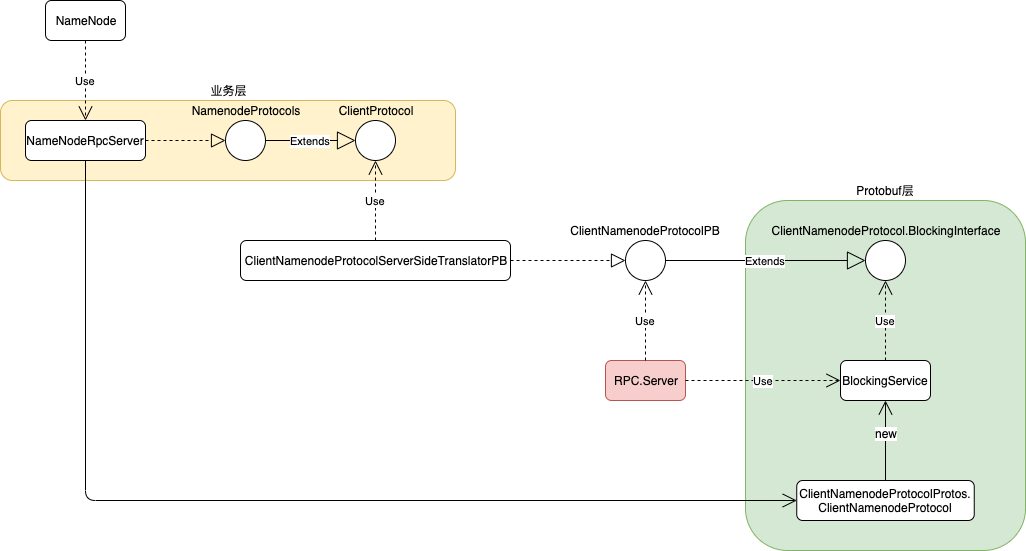
Above: src/bigdata/hadoop/hdfs/HDFS源码分析.assets/hdfs_namenode_rpcserver_class.png in sciatta/develop-stack (draw.io), before the change. Source tidied: cells renumbered, new cells last; positions are measured from the earlier drawing's top-left corner, leaving out a move shared by most shapes. The source it was exported from:
```xml
<mxGraphModel>
  <root>
    <mxCell id="0" />
    <mxCell id="1" parent="0" />
    <mxCell id="2" value="Protobuf层" style="rounded=1;whiteSpace=wrap;html=1;fillColor=#d5e8d4;strokeColor=#82b366;labelPosition=center;verticalLabelPosition=top;align=center;verticalAlign=bottom;" parent="1" vertex="1">
      <mxGeometry x="745" y="200" width="280" height="350" as="geometry" />
    </mxCell>
    <mxCell id="3" value="业务层" style="rounded=1;whiteSpace=wrap;html=1;fillColor=#fff2cc;strokeColor=#d6b656;labelPosition=center;verticalLabelPosition=top;align=center;verticalAlign=bottom;" parent="1" vertex="1">
      <mxGeometry y="100" width="455" height="80" as="geometry" />
    </mxCell>
    <mxCell id="4" value="NameNode" style="rounded=1;whiteSpace=wrap;html=1;" parent="1" vertex="1">
      <mxGeometry x="45" width="80" height="40" as="geometry" />
    </mxCell>
    <mxCell id="5" value="&lt;div&gt;&lt;span&gt;NameNodeRpcServer&lt;/span&gt;&lt;br&gt;&lt;/div&gt;" style="rounded=1;whiteSpace=wrap;html=1;" parent="1" vertex="1">
      <mxGeometry x="25" y="120" width="120" height="40" as="geometry" />
    </mxCell>
    <mxCell id="6" value="Use" style="endArrow=open;endSize=12;dashed=1;html=1;exitX=0.5;exitY=1;exitDx=0;exitDy=0;entryX=0.5;entryY=0;entryDx=0;entryDy=0;" parent="1" edge="1" source="4" target="5">
      <mxGeometry relative="1" as="geometry" />
    </mxCell>
    <mxCell id="7" style="endArrow=block;dashed=1;endFill=0;endSize=12;html=1;entryX=0;entryY=0.5;entryDx=0;entryDy=0;exitX=1;exitY=0.5;exitDx=0;exitDy=0;" parent="1" edge="1" source="5" target="9">
      <mxGeometry relative="1" as="geometry" />
    </mxCell>
    <mxCell id="8" value="ClientProtocol" style="ellipse;whiteSpace=wrap;html=1;labelPosition=center;verticalLabelPosition=top;align=center;verticalAlign=bottom;" parent="1" vertex="1">
      <mxGeometry x="355" y="120" width="40" height="40" as="geometry" />
    </mxCell>
    <mxCell id="9" value="&lt;span style=&quot;white-space: normal&quot;&gt;NamenodeProtocols&lt;/span&gt;" style="ellipse;whiteSpace=wrap;html=1;labelPosition=center;verticalLabelPosition=top;align=center;verticalAlign=bottom;" parent="1" vertex="1">
      <mxGeometry x="225" y="120" width="40" height="40" as="geometry" />
    </mxCell>
    <mxCell id="10" value="ClientNamenodeProtocolServerSideTranslatorPB" style="rounded=1;whiteSpace=wrap;html=1;" parent="1" vertex="1">
      <mxGeometry x="240" y="240" width="270" height="40" as="geometry" />
    </mxCell>
    <mxCell id="11" value="Use" style="endArrow=open;endSize=12;dashed=1;html=1;" parent="1" edge="1" source="10" target="8">
      <mxGeometry relative="1" as="geometry" />
    </mxCell>
    <mxCell id="12" value="ClientNamenodeProtocolPB" style="ellipse;whiteSpace=wrap;html=1;labelPosition=center;verticalLabelPosition=top;align=center;verticalAlign=bottom;" parent="1" vertex="1">
      <mxGeometry x="625" y="240" width="40" height="40" as="geometry" />
    </mxCell>
    <mxCell id="13" style="endArrow=block;dashed=1;endFill=0;endSize=12;html=1;exitX=1;exitY=0.5;exitDx=0;exitDy=0;" parent="1" edge="1" source="10" target="12">
      <mxGeometry relative="1" as="geometry" />
    </mxCell>
    <mxCell id="14" value="ClientNamenodeProtocol.BlockingInterface" style="ellipse;whiteSpace=wrap;html=1;labelPosition=center;verticalLabelPosition=top;align=center;verticalAlign=bottom;" parent="1" vertex="1">
      <mxGeometry x="865" y="240" width="40" height="40" as="geometry" />
    </mxCell>
    <mxCell id="15" value="Extends" style="endArrow=block;endSize=16;endFill=0;html=1;exitX=1;exitY=0.5;exitDx=0;exitDy=0;entryX=0;entryY=0.5;entryDx=0;entryDy=0;" parent="1" edge="1" source="12" target="14">
      <mxGeometry relative="1" as="geometry" />
    </mxCell>
    <mxCell id="16" value="BlockingService" style="rounded=1;whiteSpace=wrap;html=1;" parent="1" vertex="1">
      <mxGeometry x="840" y="360" width="90" height="40" as="geometry" />
    </mxCell>
    <mxCell id="17" value="Use" style="endArrow=open;endSize=12;dashed=1;html=1;entryX=0.5;entryY=1;entryDx=0;entryDy=0;" parent="1" edge="1" source="16" target="14">
      <mxGeometry relative="1" as="geometry" />
    </mxCell>
    <mxCell id="18" value="Extends" style="endArrow=block;endSize=16;endFill=0;html=1;exitX=1;exitY=0.5;exitDx=0;exitDy=0;entryX=0;entryY=0.5;entryDx=0;entryDy=0;" parent="1" edge="1" source="9" target="8">
      <mxGeometry relative="1" as="geometry" />
    </mxCell>
    <mxCell id="19" value="RPC.Server" style="rounded=1;whiteSpace=wrap;html=1;fillColor=#f8cecc;strokeColor=#b85450;" parent="1" vertex="1">
      <mxGeometry x="605" y="360" width="80" height="40" as="geometry" />
    </mxCell>
    <mxCell id="20" value="Use" style="endArrow=open;endSize=12;dashed=1;html=1;exitX=0.5;exitY=0;exitDx=0;exitDy=0;entryX=0.5;entryY=1;entryDx=0;entryDy=0;" parent="1" edge="1" source="19" target="12">
      <mxGeometry relative="1" as="geometry" />
    </mxCell>
    <mxCell id="21" value="Use" style="endArrow=open;endSize=12;dashed=1;html=1;exitX=1;exitY=0.5;exitDx=0;exitDy=0;entryX=0;entryY=0.5;entryDx=0;entryDy=0;" parent="1" edge="1" source="19" target="16">
      <mxGeometry relative="1" as="geometry" />
    </mxCell>
    <mxCell id="22" value="ClientNamenodeProtocolProtos.&lt;br&gt;ClientNamenodeProtocol" style="rounded=1;whiteSpace=wrap;html=1;" parent="1" vertex="1">
      <mxGeometry x="796.2" y="480" width="177.5" height="40" as="geometry" />
    </mxCell>
    <mxCell id="23" style="endArrow=open;endFill=1;endSize=12;html=1;exitX=0.5;exitY=0;exitDx=0;exitDy=0;entryX=0.5;entryY=1;entryDx=0;entryDy=0;" parent="1" edge="1" source="22" target="16">
      <mxGeometry relative="1" as="geometry" />
    </mxCell>
    <mxCell id="24" value="new" style="text;html=1;align=center;verticalAlign=middle;labelBackgroundColor=#ffffff;" parent="23" vertex="1">
      <mxGeometry x="0.2" relative="1" as="geometry" />
    </mxCell>
    <mxCell id="25" style="endArrow=open;endFill=1;endSize=12;html=1;exitX=0.5;exitY=1;exitDx=0;exitDy=0;edgeStyle=orthogonalEdgeStyle;" parent="1" edge="1" source="5" target="22">
      <mxGeometry relative="1" as="geometry">
        <Array as="points">
          <mxPoint x="85" y="500" />
        </Array>
      </mxGeometry>
    </mxCell>
  </root>
</mxGraphModel>
```
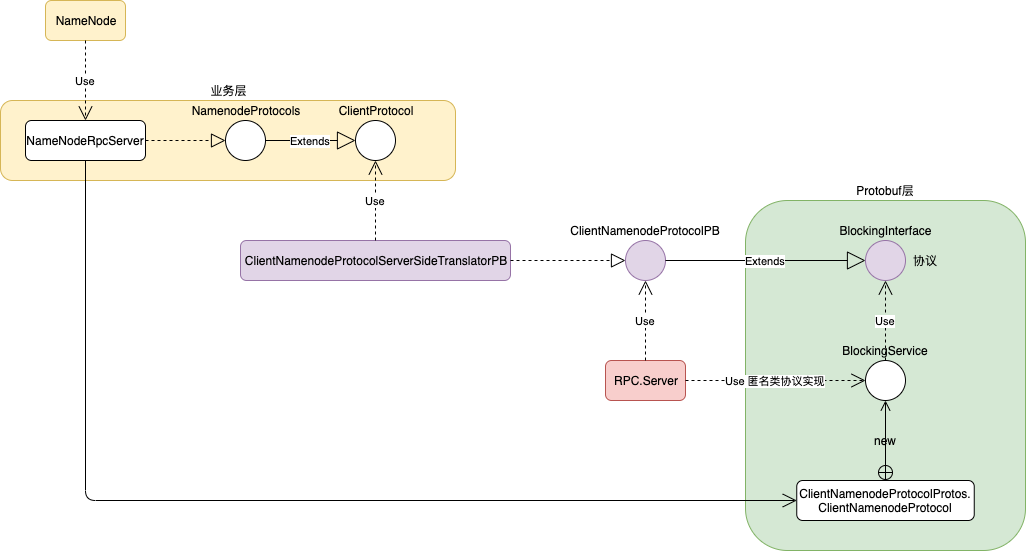
The same diagram one commit later.

Commit message:
namenode rpc review

Diff of the diagram source:
```diff
@@ -8,7 +8,7 @@
     <mxCell id="3" value="业务层" style="rounded=1;whiteSpace=wrap;html=1;fillColor=#fff2cc;strokeColor=#d6b656;labelPosition=center;verticalLabelPosition=top;align=center;verticalAlign=bottom;" parent="1" vertex="1">
       <mxGeometry y="100" width="455" height="80" as="geometry" />
     </mxCell>
-    <mxCell id="4" value="NameNode" style="rounded=1;whiteSpace=wrap;html=1;" parent="1" vertex="1">
+    <mxCell id="4" value="NameNode" style="rounded=1;whiteSpace=wrap;html=1;fillColor=#fff2cc;strokeColor=#d6b656;" parent="1" vertex="1">
       <mxGeometry x="45" width="80" height="40" as="geometry" />
     </mxCell>
     <mxCell id="5" value="&lt;div&gt;&lt;span&gt;NameNodeRpcServer&lt;/span&gt;&lt;br&gt;&lt;/div&gt;" style="rounded=1;whiteSpace=wrap;html=1;" parent="1" vertex="1">
@@ -26,28 +26,25 @@
     <mxCell id="9" value="&lt;span style=&quot;white-space: normal&quot;&gt;NamenodeProtocols&lt;/span&gt;" style="ellipse;whiteSpace=wrap;html=1;labelPosition=center;verticalLabelPosition=top;align=center;verticalAlign=bottom;" parent="1" vertex="1">
       <mxGeometry x="225" y="120" width="40" height="40" as="geometry" />
     </mxCell>
-    <mxCell id="10" value="ClientNamenodeProtocolServerSideTranslatorPB" style="rounded=1;whiteSpace=wrap;html=1;" parent="1" vertex="1">
+    <mxCell id="10" value="ClientNamenodeProtocolServerSideTranslatorPB" style="rounded=1;whiteSpace=wrap;html=1;fillColor=#e1d5e7;strokeColor=#9673a6;" parent="1" vertex="1">
       <mxGeometry x="240" y="240" width="270" height="40" as="geometry" />
     </mxCell>
     <mxCell id="11" value="Use" style="endArrow=open;endSize=12;dashed=1;html=1;" parent="1" edge="1" source="10" target="8">
       <mxGeometry relative="1" as="geometry" />
     </mxCell>
-    <mxCell id="12" value="ClientNamenodeProtocolPB" style="ellipse;whiteSpace=wrap;html=1;labelPosition=center;verticalLabelPosition=top;align=center;verticalAlign=bottom;" parent="1" vertex="1">
+    <mxCell id="12" value="ClientNamenodeProtocolPB" style="ellipse;whiteSpace=wrap;html=1;labelPosition=center;verticalLabelPosition=top;align=center;verticalAlign=bottom;fillColor=#e1d5e7;strokeColor=#9673a6;" parent="1" vertex="1">
       <mxGeometry x="625" y="240" width="40" height="40" as="geometry" />
     </mxCell>
     <mxCell id="13" style="endArrow=block;dashed=1;endFill=0;endSize=12;html=1;exitX=1;exitY=0.5;exitDx=0;exitDy=0;" parent="1" edge="1" source="10" target="12">
       <mxGeometry relative="1" as="geometry" />
     </mxCell>
-    <mxCell id="14" value="ClientNamenodeProtocol.BlockingInterface" style="ellipse;whiteSpace=wrap;html=1;labelPosition=center;verticalLabelPosition=top;align=center;verticalAlign=bottom;" parent="1" vertex="1">
+    <mxCell id="14" value="BlockingInterface" style="ellipse;whiteSpace=wrap;html=1;labelPosition=center;verticalLabelPosition=top;align=center;verticalAlign=bottom;fillColor=#e1d5e7;strokeColor=#9673a6;" parent="1" vertex="1">
       <mxGeometry x="865" y="240" width="40" height="40" as="geometry" />
     </mxCell>
     <mxCell id="15" value="Extends" style="endArrow=block;endSize=16;endFill=0;html=1;exitX=1;exitY=0.5;exitDx=0;exitDy=0;entryX=0;entryY=0.5;entryDx=0;entryDy=0;" parent="1" edge="1" source="12" target="14">
       <mxGeometry relative="1" as="geometry" />
     </mxCell>
-    <mxCell id="16" value="BlockingService" style="rounded=1;whiteSpace=wrap;html=1;" parent="1" vertex="1">
-      <mxGeometry x="840" y="360" width="90" height="40" as="geometry" />
-    </mxCell>
-    <mxCell id="17" value="Use" style="endArrow=open;endSize=12;dashed=1;html=1;entryX=0.5;entryY=1;entryDx=0;entryDy=0;" parent="1" edge="1" source="16" target="14">
+    <mxCell id="17" value="Use" style="endArrow=open;endSize=12;dashed=1;html=1;entryX=0.5;entryY=1;entryDx=0;entryDy=0;exitX=0.5;exitY=0;exitDx=0;exitDy=0;" parent="1" edge="1" source="16" target="14">
       <mxGeometry relative="1" as="geometry" />
     </mxCell>
     <mxCell id="18" value="Extends" style="endArrow=block;endSize=16;endFill=0;html=1;exitX=1;exitY=0.5;exitDx=0;exitDy=0;entryX=0;entryY=0.5;entryDx=0;entryDy=0;" parent="1" edge="1" source="9" target="8">
@@ -59,24 +56,30 @@
     <mxCell id="20" value="Use" style="endArrow=open;endSize=12;dashed=1;html=1;exitX=0.5;exitY=0;exitDx=0;exitDy=0;entryX=0.5;entryY=1;entryDx=0;entryDy=0;" parent="1" edge="1" source="19" target="12">
       <mxGeometry relative="1" as="geometry" />
     </mxCell>
-    <mxCell id="21" value="Use" style="endArrow=open;endSize=12;dashed=1;html=1;exitX=1;exitY=0.5;exitDx=0;exitDy=0;entryX=0;entryY=0.5;entryDx=0;entryDy=0;" parent="1" edge="1" source="19" target="16">
+    <mxCell id="21" value="Use 匿名类协议实现" style="endArrow=open;endSize=12;dashed=1;html=1;exitX=1;exitY=0.5;exitDx=0;exitDy=0;entryX=0;entryY=0.5;entryDx=0;entryDy=0;" parent="1" edge="1" source="19" target="16">
       <mxGeometry relative="1" as="geometry" />
     </mxCell>
     <mxCell id="22" value="ClientNamenodeProtocolProtos.&lt;br&gt;ClientNamenodeProtocol" style="rounded=1;whiteSpace=wrap;html=1;" parent="1" vertex="1">
       <mxGeometry x="796.2" y="480" width="177.5" height="40" as="geometry" />
     </mxCell>
+    <mxCell id="25" style="endArrow=open;endFill=1;endSize=12;html=1;exitX=0.5;exitY=1;exitDx=0;exitDy=0;edgeStyle=orthogonalEdgeStyle;" parent="1" edge="1" source="5" target="22">
+      <mxGeometry relative="1" as="geometry">
+        <Array as="points">
+          <mxPoint x="85" y="500" />
+        </Array>
+      </mxGeometry>
+    </mxCell>
+    <mxCell id="16" value="BlockingService" style="ellipse;whiteSpace=wrap;html=1;labelPosition=center;verticalLabelPosition=top;align=center;verticalAlign=bottom;" parent="1" vertex="1">
+      <mxGeometry x="865" y="360" width="40" height="40" as="geometry" />
+    </mxCell>
-    <mxCell id="23" style="endArrow=open;endFill=1;endSize=12;html=1;exitX=0.5;exitY=0;exitDx=0;exitDy=0;entryX=0.5;entryY=1;entryDx=0;entryDy=0;" parent="1" edge="1" source="22" target="16">
+    <mxCell id="23" style="endArrow=open;startArrow=circlePlus;endFill=0;startFill=0;endSize=8;html=1;exitX=0.5;exitY=0;exitDx=0;exitDy=0;entryX=0.5;entryY=1;entryDx=0;entryDy=0;" parent="1" edge="1" source="22" target="16">
       <mxGeometry relative="1" as="geometry" />
     </mxCell>
+    <mxCell id="26" value="协议" style="text;html=1;align=center;verticalAlign=middle;" parent="1" vertex="1">
+      <mxGeometry x="905" y="250" width="40" height="20" as="geometry" />
+    </mxCell>
-    <mxCell id="24" value="new" style="text;html=1;align=center;verticalAlign=middle;labelBackgroundColor=#ffffff;" parent="23" vertex="1">
-      <mxGeometry x="0.2" relative="1" as="geometry" />
+    <mxCell id="24" value="new" style="text;html=1;align=center;verticalAlign=middle;" parent="1" vertex="1">
+      <mxGeometry x="865" y="430" width="40" height="20" as="geometry" />
     </mxCell>
-    <mxCell id="25" style="endArrow=open;endFill=1;endSize=12;html=1;exitX=0.5;exitY=1;exitDx=0;exitDy=0;edgeStyle=orthogonalEdgeStyle;" parent="1" edge="1" source="5" target="22">
-      <mxGeometry relative="1" as="geometry">
-        <Array as="points">
-          <mxPoint x="85" y="500" />
-        </Array>
-      </mxGeometry>
-    </mxCell>
   </root>
 </mxGraphModel>
```
